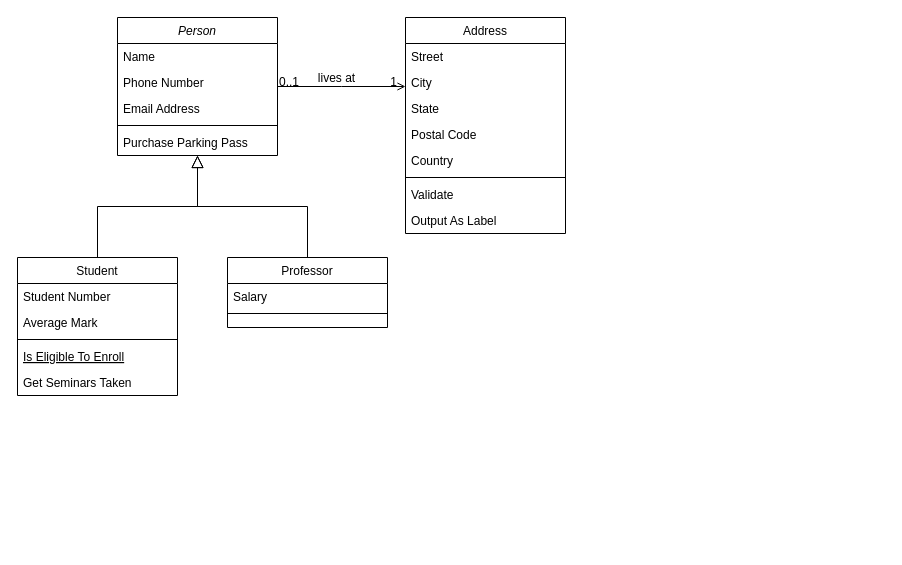
Earlier version of the draw.io diagram Blog Class Diagram.drawio (RobGhys/Blog). Source tidied: cells renumbered, new cells numbered last; positions are measured from the earlier drawing's top-left corner, leaving out a move shared by most shapes. Both pictures are drawn from the tidied source at 100%, with x=0, y=0 at pixel (17, 17).
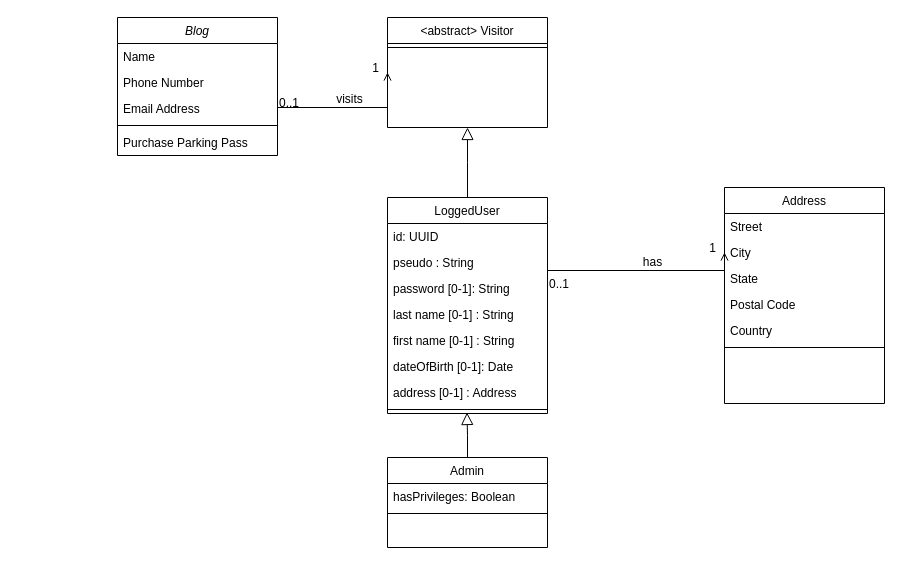
Above is the later version.

The edit, as a diff of the source:
```diff
@@
-    <mxCell id="2" value="Person" style="swimlane;fontStyle=2;align=center;verticalAlign=top;horizontal=1;startSize=26;rounded=0;shadow=0;strokeWidth=1;" parent="1" vertex="1">
+    <mxCell id="2" value="Blog" style="swimlane;fontStyle=2;align=center;verticalAlign=top;horizontal=1;startSize=26;rounded=0;shadow=0;strokeWidth=1;" parent="1" vertex="1">
       <mxGeometry x="100" width="160" height="138" as="geometry" />
     </mxCell>
@@
-    <mxCell id="8" value="Student" style="swimlane;fontStyle=0;align=center;verticalAlign=top;horizontal=1;startSize=26;rounded=0;shadow=0;strokeWidth=1;" parent="1" vertex="1">
-      <mxGeometry y="240" width="160" height="138" as="geometry" />
-    </mxCell>
-    <mxCell id="9" value="Student Number" style="text;align=left;verticalAlign=top;spacingLeft=4;spacingRight=4;overflow=hidden;" parent="8" vertex="1">
-      <mxGeometry y="26" width="160" height="26" as="geometry" />
-    </mxCell>
-    <mxCell id="10" value="Average Mark" style="text;align=left;verticalAlign=top;spacingLeft=4;spacingRight=4;overflow=hidden;rounded=0;shadow=0;html=0;" parent="8" vertex="1">
-      <mxGeometry y="52" width="160" height="26" as="geometry" />
-    </mxCell>
-    <mxCell id="11" style="line;html=1;strokeWidth=1;align=left;verticalAlign=middle;spacingTop=-1;spacingLeft=3;spacingRight=3;labelPosition=right;" parent="8" vertex="1">
-      <mxGeometry y="78" width="160" height="8" as="geometry" />
-    </mxCell>
-    <mxCell id="12" value="Is Eligible To Enroll" style="text;align=left;verticalAlign=top;spacingLeft=4;spacingRight=4;overflow=hidden;fontStyle=4;" parent="8" vertex="1">
-      <mxGeometry y="86" width="160" height="26" as="geometry" />
-    </mxCell>
-    <mxCell id="13" value="Get Seminars Taken" style="text;align=left;verticalAlign=top;spacingLeft=4;spacingRight=4;overflow=hidden;" parent="8" vertex="1">
-      <mxGeometry y="112" width="160" height="26" as="geometry" />
-    </mxCell>
-    <mxCell id="14" style="endArrow=block;endSize=10;endFill=0;shadow=0;strokeWidth=1;rounded=0;edgeStyle=elbowEdgeStyle;elbow=vertical;" parent="1" edge="1" source="8" target="2">
-      <mxGeometry relative="1" as="geometry" />
-    </mxCell>
-    <mxCell id="15" value="Professor" style="swimlane;fontStyle=0;align=center;verticalAlign=top;horizontal=1;startSize=26;rounded=0;shadow=0;strokeWidth=1;" parent="1" vertex="1">
-      <mxGeometry x="210" y="240" width="160" height="70" as="geometry" />
-    </mxCell>
-    <mxCell id="16" value="Salary" style="text;align=left;verticalAlign=top;spacingLeft=4;spacingRight=4;overflow=hidden;" parent="15" vertex="1">
-      <mxGeometry y="26" width="160" height="26" as="geometry" />
-    </mxCell>
-    <mxCell id="17" style="line;html=1;strokeWidth=1;align=left;verticalAlign=middle;spacingTop=-1;spacingLeft=3;spacingRight=3;labelPosition=right;" parent="15" vertex="1">
-      <mxGeometry y="52" width="160" height="8" as="geometry" />
-    </mxCell>
-    <mxCell id="18" style="endArrow=block;endSize=10;endFill=0;shadow=0;strokeWidth=1;rounded=0;edgeStyle=elbowEdgeStyle;elbow=vertical;" parent="1" edge="1" source="15" target="2">
-      <mxGeometry relative="1" as="geometry" />
-    </mxCell>
-    <mxCell id="19" value="Address" style="swimlane;fontStyle=0;align=center;verticalAlign=top;horizontal=1;startSize=26;rounded=0;shadow=0;strokeWidth=1;" parent="1" vertex="1">
-      <mxGeometry x="388" width="160" height="216" as="geometry" />
+    <mxCell id="19" value="LoggedUser" style="swimlane;fontStyle=0;align=center;verticalAlign=top;horizontal=1;startSize=26;rounded=0;shadow=0;strokeWidth=1;" parent="1" vertex="1">
+      <mxGeometry x="370" y="180" width="160" height="216" as="geometry" />
     </mxCell>
-    <mxCell id="20" value="Street" style="text;align=left;verticalAlign=top;spacingLeft=4;spacingRight=4;overflow=hidden;" parent="19" vertex="1">
+    <mxCell id="20" value="id: UUID" style="text;align=left;verticalAlign=top;spacingLeft=4;spacingRight=4;overflow=hidden;" parent="19" vertex="1">
       <mxGeometry y="26" width="160" height="26" as="geometry" />
     </mxCell>
-    <mxCell id="21" value="City" style="text;align=left;verticalAlign=top;spacingLeft=4;spacingRight=4;overflow=hidden;rounded=0;shadow=0;html=0;" parent="19" vertex="1">
+    <mxCell id="21" value="pseudo : String" style="text;align=left;verticalAlign=top;spacingLeft=4;spacingRight=4;overflow=hidden;rounded=0;shadow=0;html=0;" parent="19" vertex="1">
       <mxGeometry y="52" width="160" height="26" as="geometry" />
     </mxCell>
+    <mxCell id="32" value="password [0-1]: String" style="text;align=left;verticalAlign=top;spacingLeft=4;spacingRight=4;overflow=hidden;points=[[0,0.5],[1,0.5]];portConstraint=eastwest;rounded=0;shadow=0;html=0;" parent="19" vertex="1">
+      <mxGeometry y="78" width="160" height="26" as="geometry" />
+    </mxCell>
-    <mxCell id="22" value="State" style="text;align=left;verticalAlign=top;spacingLeft=4;spacingRight=4;overflow=hidden;rounded=0;shadow=0;html=0;" parent="19" vertex="1">
-      <mxGeometry y="78" width="160" height="26" as="geometry" />
+    <mxCell id="22" value="last name [0-1] : String" style="text;align=left;verticalAlign=top;spacingLeft=4;spacingRight=4;overflow=hidden;rounded=0;shadow=0;html=0;" parent="19" vertex="1">
+      <mxGeometry y="104" width="160" height="26" as="geometry" />
     </mxCell>
-    <mxCell id="23" value="Postal Code" style="text;align=left;verticalAlign=top;spacingLeft=4;spacingRight=4;overflow=hidden;rounded=0;shadow=0;html=0;" parent="19" vertex="1">
-      <mxGeometry y="104" width="160" height="26" as="geometry" />
+    <mxCell id="23" value="first name [0-1] : String" style="text;align=left;verticalAlign=top;spacingLeft=4;spacingRight=4;overflow=hidden;rounded=0;shadow=0;html=0;" parent="19" vertex="1">
+      <mxGeometry y="130" width="160" height="26" as="geometry" />
     </mxCell>
-    <mxCell id="24" value="Country" style="text;align=left;verticalAlign=top;spacingLeft=4;spacingRight=4;overflow=hidden;rounded=0;shadow=0;html=0;" parent="19" vertex="1">
-      <mxGeometry y="130" width="160" height="26" as="geometry" />
+    <mxCell id="24" value="dateOfBirth [0-1]: Date" style="text;align=left;verticalAlign=top;spacingLeft=4;spacingRight=4;overflow=hidden;rounded=0;shadow=0;html=0;" parent="19" vertex="1">
+      <mxGeometry y="156" width="160" height="26" as="geometry" />
     </mxCell>
+    <mxCell id="33" value="address [0-1] : Address" style="text;align=left;verticalAlign=top;spacingLeft=4;spacingRight=4;overflow=hidden;rounded=0;shadow=0;html=0;" parent="19" vertex="1">
+      <mxGeometry y="182" width="160" height="26" as="geometry" />
+    </mxCell>
     <mxCell id="25" style="line;html=1;strokeWidth=1;align=left;verticalAlign=middle;spacingTop=-1;spacingLeft=3;spacingRight=3;labelPosition=right;" parent="19" vertex="1">
-      <mxGeometry y="156" width="160" height="8" as="geometry" />
+      <mxGeometry y="208" width="160" height="8" as="geometry" />
     </mxCell>
-    <mxCell id="26" value="Validate" style="text;align=left;verticalAlign=top;spacingLeft=4;spacingRight=4;overflow=hidden;" parent="19" vertex="1">
-      <mxGeometry y="164" width="160" height="26" as="geometry" />
-    </mxCell>
-    <mxCell id="27" value="Output As Label" style="text;align=left;verticalAlign=top;spacingLeft=4;spacingRight=4;overflow=hidden;" parent="19" vertex="1">
-      <mxGeometry y="190" width="160" height="26" as="geometry" />
-    </mxCell>
-    <mxCell id="28" style="endArrow=open;shadow=0;strokeWidth=1;rounded=0;endFill=1;edgeStyle=elbowEdgeStyle;elbow=vertical;" parent="1" edge="1" source="2" target="19">
+    <mxCell id="28" style="endArrow=open;shadow=0;strokeWidth=1;rounded=0;endFill=1;edgeStyle=elbowEdgeStyle;elbow=vertical;entryX=0;entryY=0.5;entryDx=0;entryDy=0;" parent="1" edge="1" source="2" target="48">
       <mxGeometry x="0.5" y="41" relative="1" as="geometry">
+        <Array as="points">
+          <mxPoint x="340" y="90" />
+        </Array>
         <mxPoint x="-40" y="32" as="offset" />
       </mxGeometry>
     </mxCell>
@@
-    <mxCell id="31" value="lives at" style="text;html=1;align=center;verticalAlign=middle;labelBackgroundColor=none;rounded=0;shadow=0;strokeWidth=1;fontSize=12;" parent="28" vertex="1">
+    <mxCell id="31" value="visits" style="text;html=1;align=center;verticalAlign=middle;labelBackgroundColor=none;rounded=0;shadow=0;strokeWidth=1;fontSize=12;" parent="28" vertex="1">
       <mxGeometry x="0.5" y="49" relative="1" as="geometry">
         <mxPoint x="-38" y="40" as="offset" />
       </mxGeometry>
     </mxCell>
+    <mxCell id="34" value="Address" style="swimlane;fontStyle=0;align=center;verticalAlign=top;horizontal=1;startSize=26;rounded=0;shadow=0;strokeWidth=1;" parent="1" vertex="1">
+      <mxGeometry x="707" y="170" width="160" height="216" as="geometry" />
+    </mxCell>
+    <mxCell id="35" value="Street" style="text;align=left;verticalAlign=top;spacingLeft=4;spacingRight=4;overflow=hidden;" parent="34" vertex="1">
+      <mxGeometry y="26" width="160" height="26" as="geometry" />
+    </mxCell>
+    <mxCell id="36" value="City" style="text;align=left;verticalAlign=top;spacingLeft=4;spacingRight=4;overflow=hidden;points=[[0,0.5],[1,0.5]];portConstraint=eastwest;rounded=0;shadow=0;html=0;" parent="34" vertex="1">
+      <mxGeometry y="52" width="160" height="26" as="geometry" />
+    </mxCell>
+    <mxCell id="37" value="State" style="text;align=left;verticalAlign=top;spacingLeft=4;spacingRight=4;overflow=hidden;rounded=0;shadow=0;html=0;" parent="34" vertex="1">
+      <mxGeometry y="78" width="160" height="26" as="geometry" />
+    </mxCell>
+    <mxCell id="38" value="Postal Code" style="text;align=left;verticalAlign=top;spacingLeft=4;spacingRight=4;overflow=hidden;rounded=0;shadow=0;html=0;" parent="34" vertex="1">
+      <mxGeometry y="104" width="160" height="26" as="geometry" />
+    </mxCell>
+    <mxCell id="39" value="Country" style="text;align=left;verticalAlign=top;spacingLeft=4;spacingRight=4;overflow=hidden;rounded=0;shadow=0;html=0;" parent="34" vertex="1">
+      <mxGeometry y="130" width="160" height="26" as="geometry" />
+    </mxCell>
+    <mxCell id="40" style="line;html=1;strokeWidth=1;align=left;verticalAlign=middle;spacingTop=-1;spacingLeft=3;spacingRight=3;labelPosition=right;" parent="34" vertex="1">
+      <mxGeometry y="156" width="160" height="8" as="geometry" />
+    </mxCell>
+    <mxCell id="41" style="endArrow=open;shadow=0;strokeWidth=1;rounded=0;endFill=1;edgeStyle=elbowEdgeStyle;elbow=vertical;exitX=1;exitY=0.5;exitDx=0;exitDy=0;entryX=0;entryY=0.5;entryDx=0;entryDy=0;" parent="1" edge="1" source="32" target="36">
+      <mxGeometry x="0.5" y="41" relative="1" as="geometry">
+        <mxPoint x="-40" y="32" as="offset" />
+      </mxGeometry>
+    </mxCell>
+    <mxCell id="42" value="0..1" style="align=left;verticalAlign=bottom;labelBackgroundColor=none;fontSize=12;" parent="41" vertex="1">
+      <mxGeometry x="-1" relative="1" as="geometry">
+        <mxPoint y="4" as="offset" />
+      </mxGeometry>
+    </mxCell>
+    <mxCell id="43" value="1" style="align=right;verticalAlign=bottom;labelBackgroundColor=none;fontSize=12;" parent="41" vertex="1">
+      <mxGeometry x="1" relative="1" as="geometry">
+        <mxPoint x="-7" y="4" as="offset" />
+      </mxGeometry>
+    </mxCell>
+    <mxCell id="44" value="has" style="text;html=1;align=center;verticalAlign=middle;labelBackgroundColor=none;rounded=0;shadow=0;strokeWidth=1;fontSize=12;" parent="41" vertex="1">
+      <mxGeometry x="0.5" y="49" relative="1" as="geometry">
+        <mxPoint x="-38" y="40" as="offset" />
+      </mxGeometry>
+    </mxCell>
+    <mxCell id="45" style="endArrow=block;endSize=10;endFill=0;shadow=0;strokeWidth=1;rounded=0;edgeStyle=elbowEdgeStyle;elbow=vertical;entryX=0.5;entryY=1;entryDx=0;entryDy=0;exitX=0.5;exitY=0;exitDx=0;exitDy=0;" parent="1" edge="1" source="19" target="48">
+      <mxGeometry relative="1" as="geometry" />
+    </mxCell>
+    <mxCell id="46" value="Admin" style="swimlane;fontStyle=0;align=center;verticalAlign=top;horizontal=1;startSize=26;rounded=0;shadow=0;strokeWidth=1;" parent="1" vertex="1">
+      <mxGeometry x="370" y="440" width="160" height="90" as="geometry" />
+    </mxCell>
+    <mxCell id="47" value="hasPrivileges: Boolean" style="text;align=left;verticalAlign=top;spacingLeft=4;spacingRight=4;overflow=hidden;" parent="46" vertex="1">
+      <mxGeometry y="26" width="160" height="26" as="geometry" />
+    </mxCell>
+    <mxCell id="17" style="line;html=1;strokeWidth=1;align=left;verticalAlign=middle;spacingTop=-1;spacingLeft=3;spacingRight=3;labelPosition=right;" parent="46" vertex="1">
+      <mxGeometry y="52" width="160" height="8" as="geometry" />
+    </mxCell>
+    <mxCell id="48" value="&lt;abstract&gt; Visitor" style="swimlane;fontStyle=0;align=center;verticalAlign=top;horizontal=1;startSize=26;rounded=0;shadow=0;strokeWidth=1;" parent="1" vertex="1">
+      <mxGeometry x="370" width="160" height="110" as="geometry" />
+    </mxCell>
+    <mxCell id="49" style="line;html=1;strokeWidth=1;align=left;verticalAlign=middle;spacingTop=-1;spacingLeft=3;spacingRight=3;labelPosition=right;" parent="48" vertex="1">
+      <mxGeometry y="26" width="160" height="8" as="geometry" />
+    </mxCell>
+    <mxCell id="50" style="endArrow=block;endSize=10;endFill=0;shadow=0;strokeWidth=1;rounded=0;edgeStyle=elbowEdgeStyle;elbow=vertical;entryX=0.5;entryY=1;entryDx=0;entryDy=0;" parent="1" edge="1">
+      <mxGeometry relative="1" as="geometry">
+        <mxPoint x="450" y="440" as="sourcePoint" />
+        <mxPoint x="449.5" y="395" as="targetPoint" />
+      </mxGeometry>
+    </mxCell>
```
